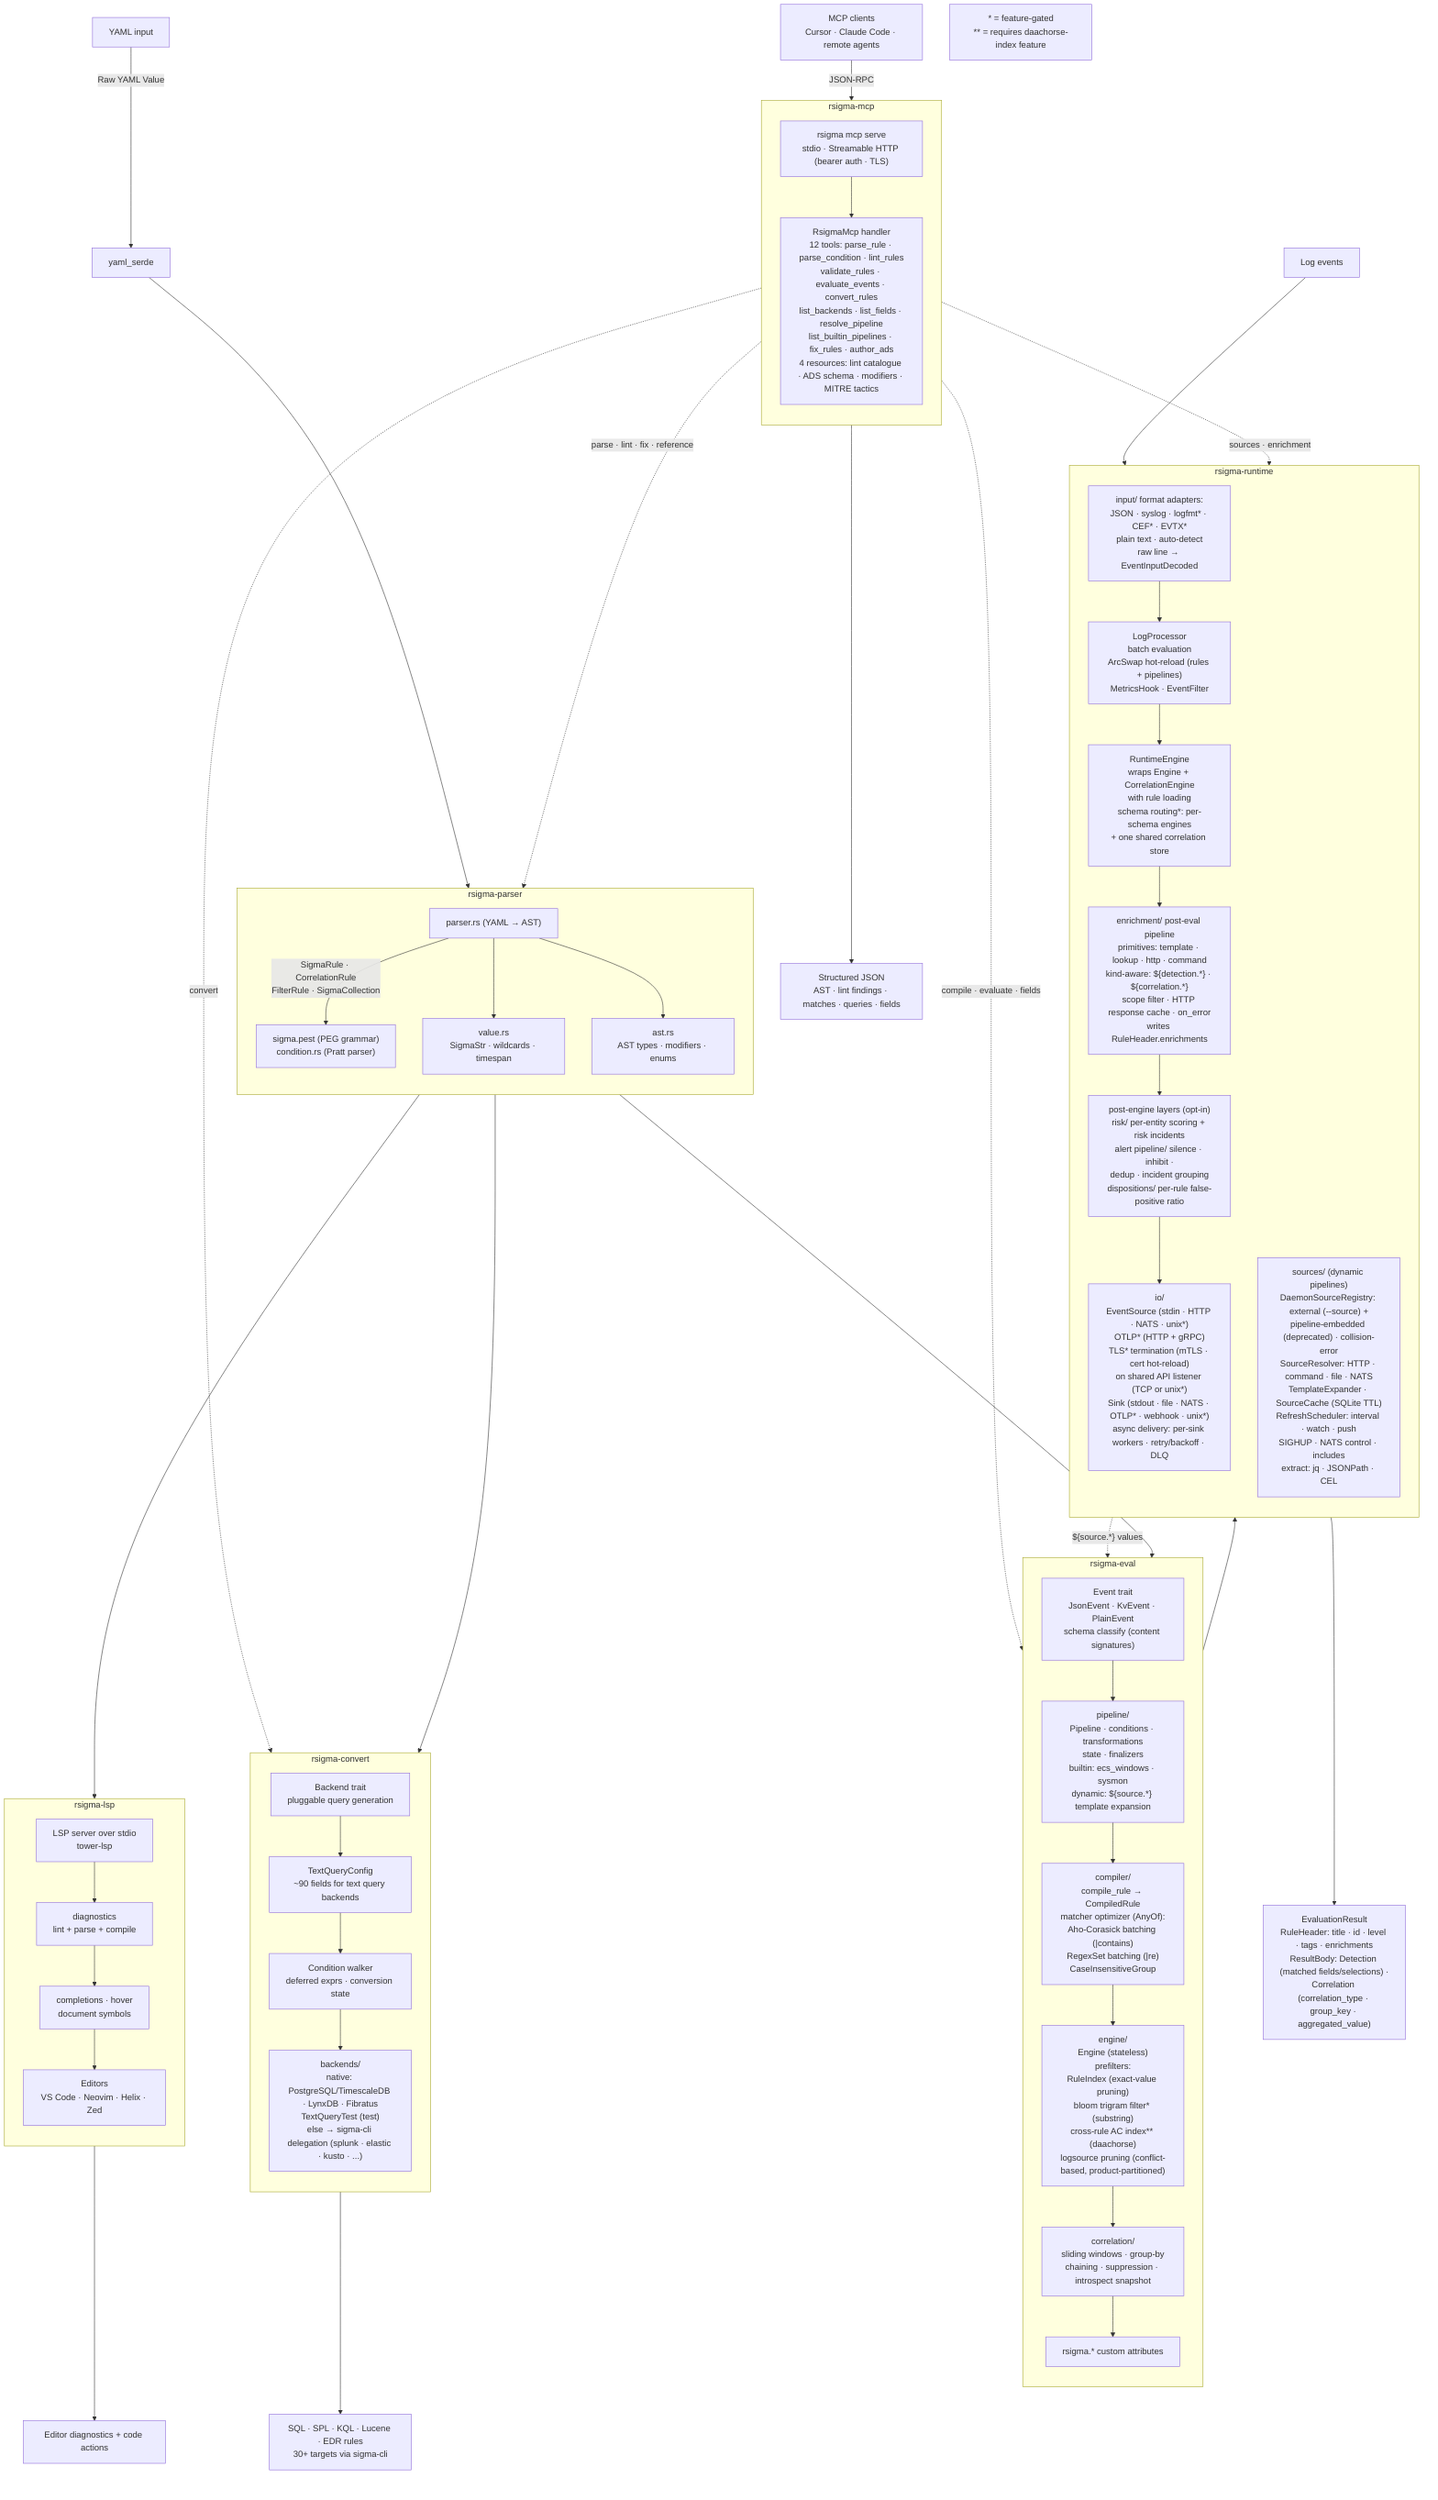
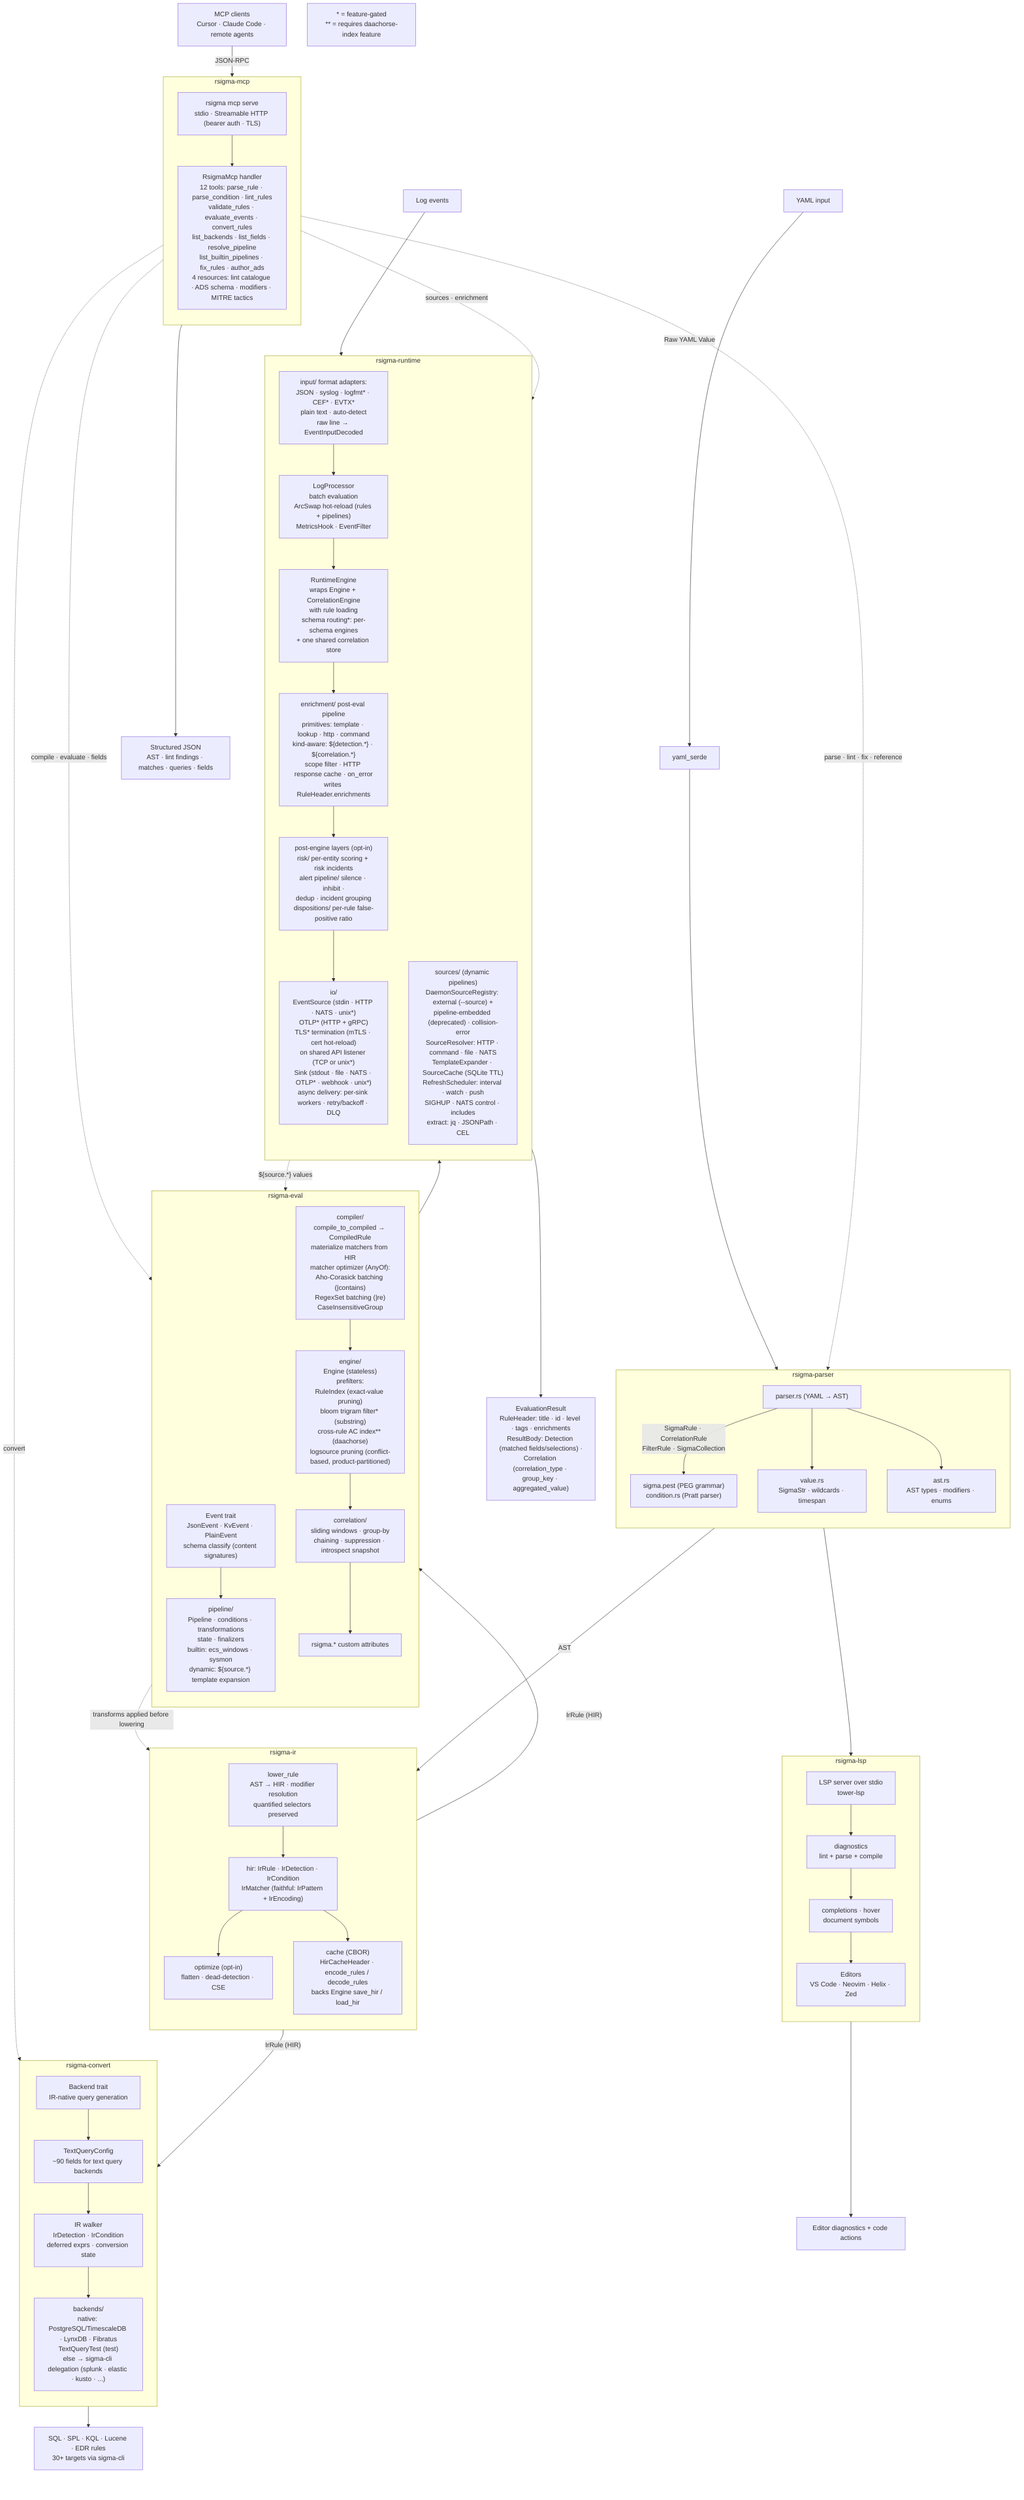
flowchart TD
    YAML["YAML input"]
    SERDE["yaml_serde"]
    EVENTS["Log events"]
    OUTPUT["EvaluationResult\nRuleHeader: title · id · level · tags · enrichments\nResultBody: Detection (matched fields/selections) ·\nCorrelation (correlation_type · group_key · aggregated_value)"]
    QUERIES["SQL · SPL · KQL · Lucene · EDR rules\n30+ targets via sigma-cli"]
    EDITOR["Editor diagnostics + code actions"]
    AGENTS["MCP clients\nCursor · Claude Code · remote agents"]
    MCPJSON["Structured JSON\nAST · lint findings · matches · queries · fields"]
    LEGEND["* = feature-gated\n** = requires daachorse-index feature"]

    subgraph rsigma-parser
        direction TB
        PARSE["parser.rs (YAML → AST)"] -->|"SigmaRule · CorrelationRule\nFilterRule · SigmaCollection"| PEST["sigma.pest (PEG grammar)\ncondition.rs (Pratt parser)"]
        PARSE --> VALUE["value.rs\nSigmaStr · wildcards · timespan"]
        PARSE --> AST["ast.rs\nAST types · modifiers · enums"]
    end

+     subgraph rsigma-ir
+         direction TB
+         LOWER["lower_rule\nAST → HIR · modifier resolution\nquantified selectors preserved"]
+         LOWER --> IRHIR["hir: IrRule · IrDetection · IrCondition\nIrMatcher (faithful: IrPattern + IrEncoding)"]
+         IRHIR --> IROPT["optimize (opt-in)\nflatten · dead-detection · CSE"]
+         IRHIR --> IRCACHE["cache (CBOR)\nHirCacheHeader · encode_rules / decode_rules\nbacks Engine save_hir / load_hir"]
+     end
+ 
    subgraph rsigma-eval
        direction TB
        ETRAIT["Event trait\nJsonEvent · KvEvent · PlainEvent\nschema classify (content signatures)"]
        ETRAIT --> EPIPE["pipeline/\nPipeline · conditions · transformations\nstate · finalizers\nbuiltin: ecs_windows · sysmon\ndynamic: ${source.*} template expansion"]
-         EPIPE --> ECOMP["compiler/\ncompile_rule → CompiledRule\nmatcher optimizer (AnyOf):\nAho-Corasick batching (|contains)\nRegexSet batching (|re)\nCaseInsensitiveGroup"]
+         ECOMP["compiler/\ncompile_to_compiled → CompiledRule\nmaterialize matchers from HIR\nmatcher optimizer (AnyOf):\nAho-Corasick batching (|contains)\nRegexSet batching (|re)\nCaseInsensitiveGroup"]
        ECOMP --> EENG["engine/\nEngine (stateless)\nprefilters:\nRuleIndex (exact-value pruning)\nbloom trigram filter* (substring)\ncross-rule AC index** (daachorse)\nlogsource pruning (conflict-based, product-partitioned)"]
        EENG --> ECORR["correlation/\nsliding windows · group-by\nchaining · suppression · introspect snapshot"]
        ECORR --> ECUST["rsigma.* custom attributes"]
    end

    subgraph rsigma-convert
        direction TB
-         CBACK["Backend trait\npluggable query generation"]
+         CBACK["Backend trait\nIR-native query generation"]
        CBACK --> CTQC["TextQueryConfig\n~90 fields for text query backends"]
-         CTQC --> CWALK["Condition walker\ndeferred exprs · conversion state"]
+         CTQC --> CWALK["IR walker\nIrDetection · IrCondition\ndeferred exprs · conversion state"]
        CWALK --> CENDS["backends/\nnative: PostgreSQL/TimescaleDB · LynxDB · Fibratus\nTextQueryTest (test)\nelse → sigma-cli delegation (splunk · elastic · kusto · ...)"]
    end

    subgraph rsigma-lsp
        direction TB
        LSERV["LSP server over stdio\ntower-lsp"]
        LSERV --> LDIAG["diagnostics\nlint + parse + compile"]
        LDIAG --> LFEAT["completions · hover\ndocument symbols"]
        LFEAT --> LEDIT["Editors\nVS Code · Neovim · Helix · Zed"]
    end

    subgraph rsigma-runtime
        direction TB
        RINPUT["input/ format adapters:\nJSON · syslog · logfmt* · CEF* · EVTX*\nplain text · auto-detect\nraw line → EventInputDecoded"]
        RINPUT --> RPROC["LogProcessor\nbatch evaluation\nArcSwap hot-reload (rules + pipelines)\nMetricsHook · EventFilter"]
        RPROC --> RENG["RuntimeEngine\nwraps Engine + CorrelationEngine\nwith rule loading\nschema routing*: per-schema engines\n+ one shared correlation store"]
        RENG --> RENRICH["enrichment/ post-eval pipeline\nprimitives: template · lookup · http · command\nkind-aware: ${detection.*} · ${correlation.*}\nscope filter · HTTP response cache · on_error\nwrites RuleHeader.enrichments"]
        RENRICH --> RPOST["post-engine layers (opt-in)\nrisk/ per-entity scoring + risk incidents\nalert pipeline/ silence · inhibit ·\ndedup · incident grouping\ndispositions/ per-rule false-positive ratio"]
        RPOST --> RIO["io/\nEventSource (stdin · HTTP · NATS · unix*)\nOTLP* (HTTP + gRPC)\nTLS* termination (mTLS · cert hot-reload)\non shared API listener (TCP or unix*)\nSink (stdout · file · NATS · OTLP* · webhook · unix*)\nasync delivery: per-sink workers · retry/backoff · DLQ"]
        RSRC["sources/ (dynamic pipelines)\nDaemonSourceRegistry: external (--source) +\npipeline-embedded (deprecated) · collision-error\nSourceResolver: HTTP · command · file · NATS\nTemplateExpander · SourceCache (SQLite TTL)\nRefreshScheduler: interval · watch · push\nSIGHUP · NATS control · includes\nextract: jq · JSONPath · CEL"]
    end

    subgraph rsigma-mcp
        direction TB
        MCPSERVE["rsigma mcp serve\nstdio · Streamable HTTP (bearer auth · TLS)"]
        MCPSERVE --> MCPH["RsigmaMcp handler\n12 tools: parse_rule · parse_condition · lint_rules\nvalidate_rules · evaluate_events · convert_rules\nlist_backends · list_fields · resolve_pipeline\nlist_builtin_pipelines · fix_rules · author_ads\n4 resources: lint catalogue · ADS schema · modifiers · MITRE tactics"]
    end

    YAML -->|"Raw YAML Value"| SERDE
    SERDE --> PARSE
-     PEST --> ETRAIT
-     PEST --> CBACK
+     PEST -->|"AST"| LOWER
+     EPIPE -.->|"transforms applied before lowering"| LOWER
+     LOWER -->|"IrRule (HIR)"| ECOMP
+     LOWER -->|"IrRule (HIR)"| CBACK
    PEST --> LSERV
    ECUST --> RENG
    EVENTS --> RINPUT
    RIO --> OUTPUT
    CENDS --> QUERIES
    LEDIT --> EDITOR
    RSRC -.->|"${source.*} values"| EPIPE

    AGENTS -->|"JSON-RPC"| MCPSERVE
    MCPH -.->|"parse · lint · fix · reference"| PARSE
    MCPH -.->|"compile · evaluate · fields"| ETRAIT
    MCPH -.->|"convert"| CBACK
    MCPH -.->|"sources · enrichment"| RSRC
    MCPH --> MCPJSON
